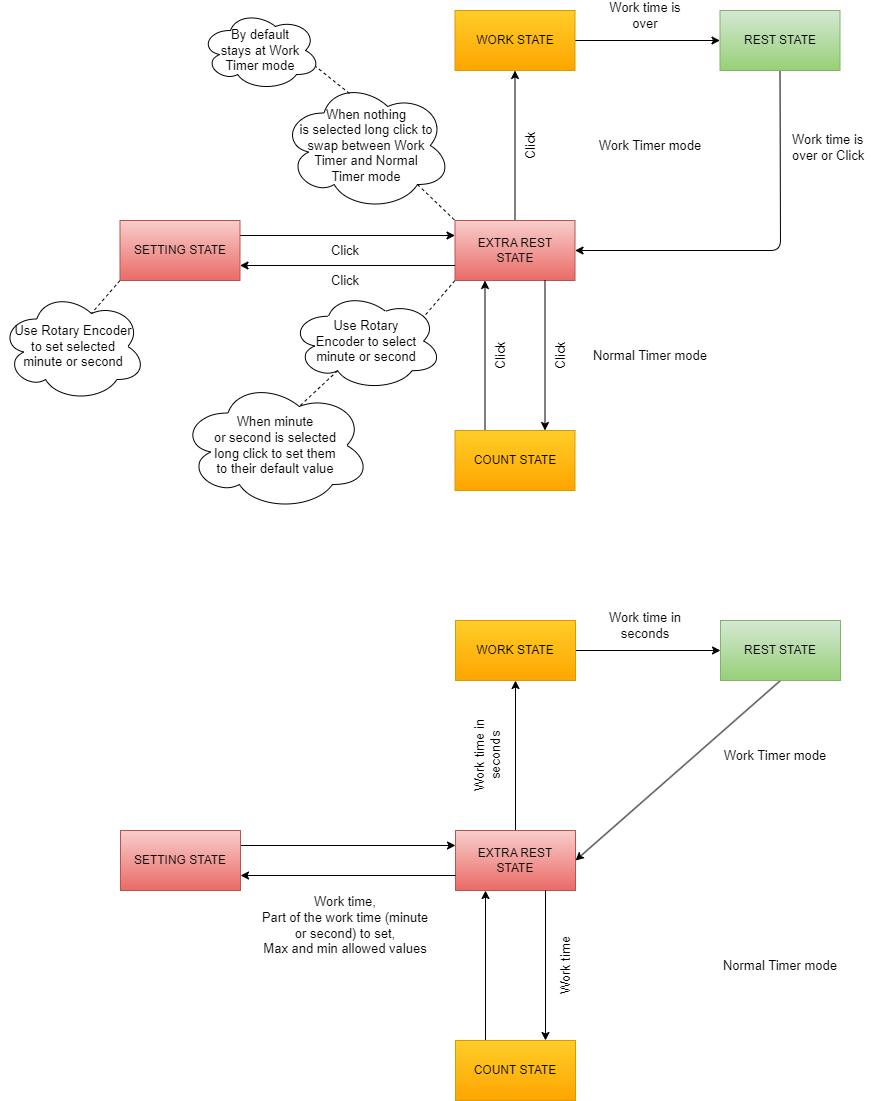
Tushar625/Study-Timer keeps this draw.io diagram as doc/state_machine.png. Above is the earlier version. Source tidied: cells renumbered, new cells last; positions are measured from the earlier drawing's top-left corner, leaving out a move shared by most shapes.
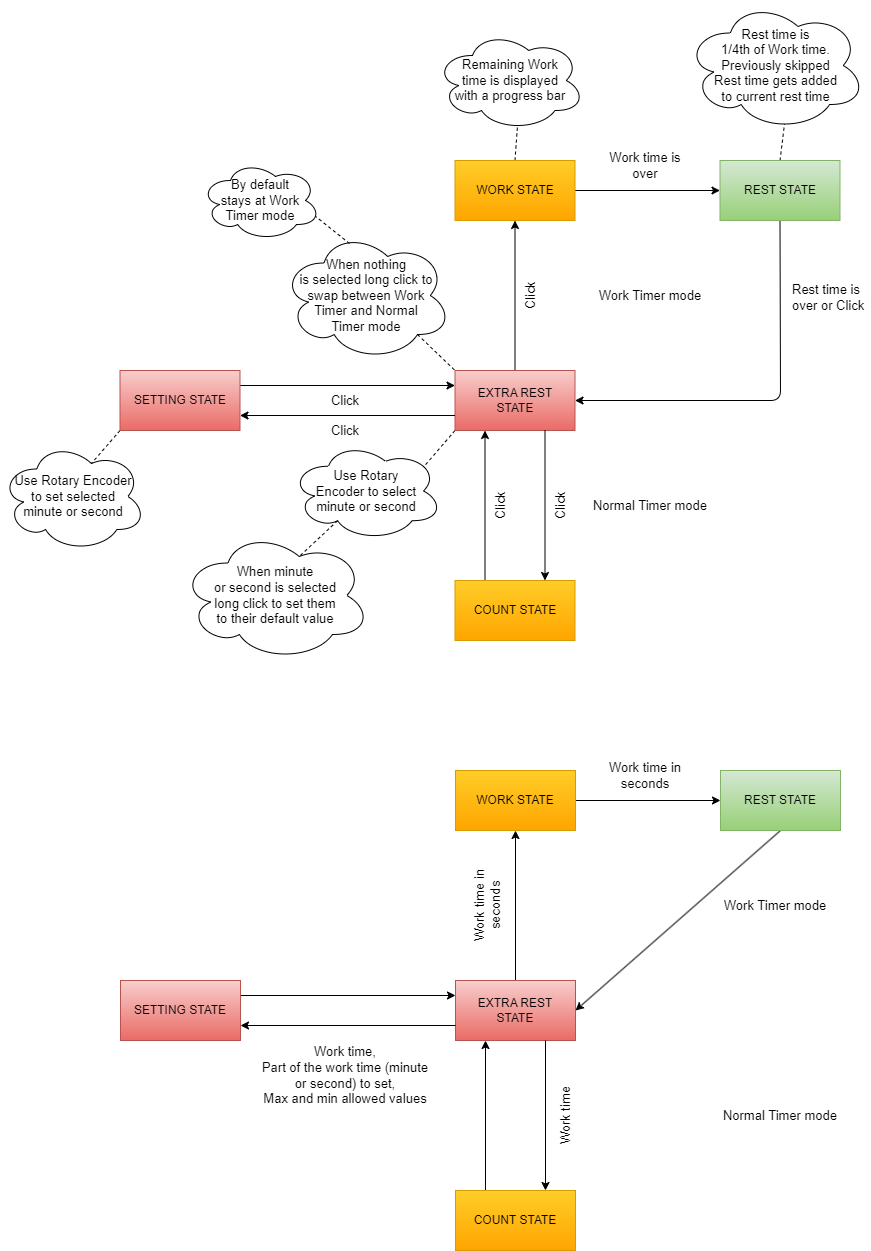
The same file after the commit.

The edit, as a diff of the source:
```diff
@@ -59,6 +59,9 @@
     <mxCell id="20" style="edgeStyle=none;html=1;exitX=1;exitY=0.5;exitDx=0;exitDy=0;entryX=0;entryY=0.5;entryDx=0;entryDy=0;strokeColor=#000000;fontColor=#000000;labelBackgroundColor=none;" parent="1" edge="1" source="21" target="23">
       <mxGeometry relative="1" as="geometry" />
     </mxCell>
+    <mxCell id="51" style="edgeStyle=none;html=1;exitX=0.5;exitY=0;exitDx=0;exitDy=0;entryX=0.55;entryY=0.95;entryDx=0;entryDy=0;entryPerimeter=0;dashed=1;strokeColor=#000000;fontSize=13;fontColor=#000000;endArrow=none;endFill=0;" parent="1" edge="1" source="21" target="54">
+      <mxGeometry relative="1" as="geometry" />
+    </mxCell>
     <mxCell id="21" value="&lt;font color=&quot;#000000&quot;&gt;WORK STATE&lt;/font&gt;" style="whiteSpace=wrap;html=1;fillColor=#ffcd28;strokeColor=#d79b00;gradientColor=#ffa500;" parent="1" vertex="1">
       <mxGeometry x="454.5" y="10" width="120" height="60" as="geometry" />
     </mxCell>
@@ -69,6 +72,9 @@
         </Array>
       </mxGeometry>
     </mxCell>
+    <mxCell id="52" style="edgeStyle=none;html=1;exitX=0.5;exitY=0;exitDx=0;exitDy=0;entryX=0.55;entryY=0.95;entryDx=0;entryDy=0;entryPerimeter=0;fontSize=13;fontColor=#000000;strokeColor=#000000;endArrow=none;endFill=0;dashed=1;" parent="1" edge="1" source="23" target="53">
+      <mxGeometry relative="1" as="geometry" />
+    </mxCell>
     <mxCell id="23" value="&lt;font color=&quot;#000000&quot;&gt;REST STATE&lt;/font&gt;" style="whiteSpace=wrap;html=1;fillColor=#d5e8d4;strokeColor=#82b366;gradientColor=#97d077;" parent="1" vertex="1">
       <mxGeometry x="719.5" y="10" width="120" height="60" as="geometry" />
     </mxCell>
@@ -120,7 +126,7 @@
     <mxCell id="39" value="&lt;span style=&quot;font-size: 13px;&quot;&gt;Click&lt;/span&gt;" style="text;strokeColor=none;align=center;fillColor=none;html=1;verticalAlign=middle;whiteSpace=wrap;rounded=0;fontColor=#000000;rotation=270;" parent="1" vertex="1">
       <mxGeometry x="485" y="130" width="90" height="30" as="geometry" />
     </mxCell>
-    <mxCell id="40" value="&lt;span style=&quot;color: rgb(0, 0, 0); font-family: Helvetica; font-size: 13px; font-style: normal; font-variant-ligatures: normal; font-variant-caps: normal; font-weight: 400; letter-spacing: normal; orphans: 2; text-align: center; text-indent: 0px; text-transform: none; widows: 2; word-spacing: 0px; -webkit-text-stroke-width: 0px; text-decoration-thickness: initial; text-decoration-style: initial; text-decoration-color: initial; float: none; display: inline !important;&quot;&gt;Work time is over or Click&lt;/span&gt;" style="text;whiteSpace=wrap;html=1;labelBackgroundColor=none;" parent="1" vertex="1">
+    <mxCell id="40" value="&lt;span style=&quot;color: rgb(0, 0, 0); font-family: Helvetica; font-size: 13px; font-style: normal; font-variant-ligatures: normal; font-variant-caps: normal; font-weight: 400; letter-spacing: normal; orphans: 2; text-align: center; text-indent: 0px; text-transform: none; widows: 2; word-spacing: 0px; -webkit-text-stroke-width: 0px; text-decoration-thickness: initial; text-decoration-style: initial; text-decoration-color: initial; float: none; display: inline !important;&quot;&gt;Rest time is over or Click&lt;/span&gt;" style="text;whiteSpace=wrap;html=1;labelBackgroundColor=none;" parent="1" vertex="1">
       <mxGeometry x="790" y="125" width="80" height="40" as="geometry" />
     </mxCell>
     <mxCell id="41" value="&lt;span style=&quot;font-size: 13px;&quot;&gt;Click&lt;/span&gt;" style="text;strokeColor=none;align=center;fillColor=none;html=1;verticalAlign=middle;whiteSpace=wrap;rounded=0;fontColor=#000000;rotation=0;" parent="1" vertex="1">
@@ -153,5 +159,11 @@
     <mxCell id="50" value="By default&lt;br&gt;stays at Work&lt;br&gt;Timer mode" style="ellipse;shape=cloud;whiteSpace=wrap;html=1;labelBackgroundColor=none;strokeColor=#000000;fontSize=13;fontColor=#000000;fillColor=none;" parent="1" vertex="1">
       <mxGeometry x="200" y="10" width="120" height="80" as="geometry" />
     </mxCell>
+    <mxCell id="53" value="&lt;font style=&quot;font-size: 13px;&quot; color=&quot;#000000&quot;&gt;Rest time is&lt;br&gt;1/4th of Work time.&lt;br&gt;Previously skipped&lt;br&gt;Rest time gets added&lt;br&gt;to current rest time&lt;/font&gt;" style="ellipse;shape=cloud;whiteSpace=wrap;html=1;fillColor=none;strokeColor=#000000;" parent="1" vertex="1">
+      <mxGeometry x="684.8" y="-150" width="180.5" height="130" as="geometry" />
+    </mxCell>
+    <mxCell id="54" value="Remaining Work&lt;br&gt;time is displayed&lt;br&gt;with a progress bar" style="ellipse;shape=cloud;whiteSpace=wrap;html=1;strokeColor=#000000;fontSize=13;fontColor=#000000;fillColor=none;" parent="1" vertex="1">
+      <mxGeometry x="434.5" y="-120" width="150" height="100" as="geometry" />
+    </mxCell>
   </root>
 </mxGraphModel>
```
